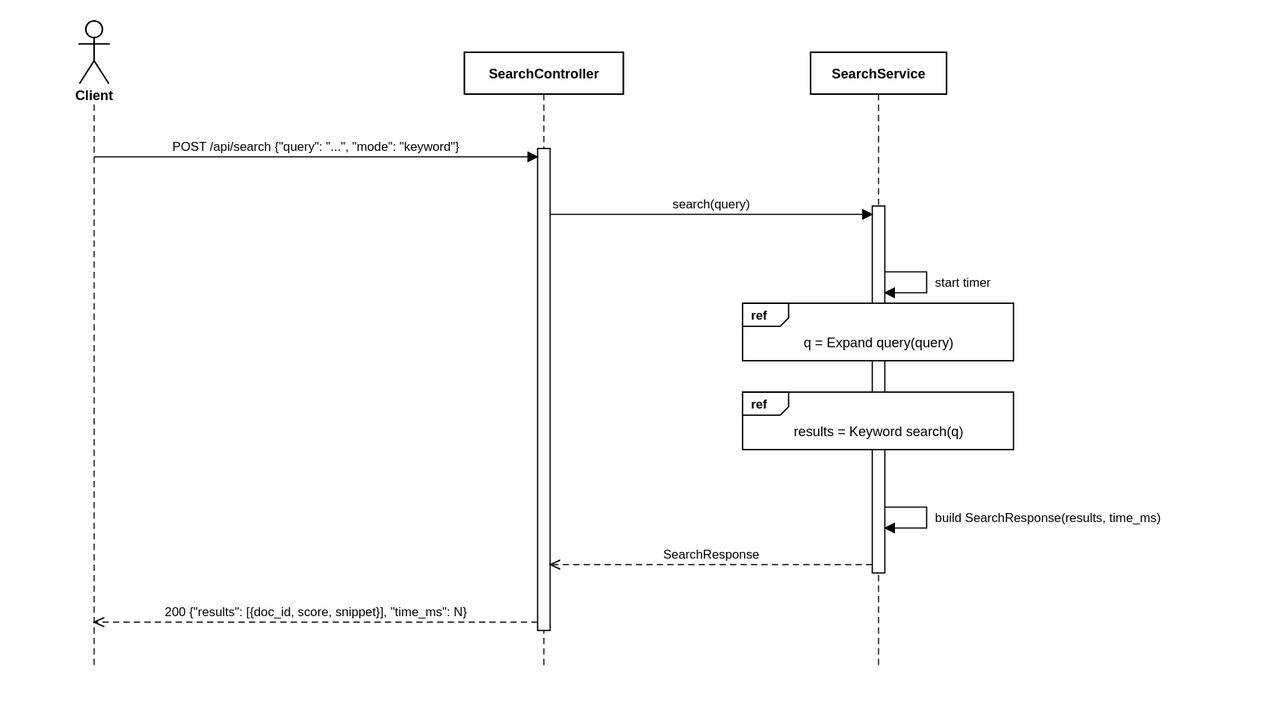
Before: docs/uml/seq-search-rest.drawio.svg, a diagram exported from draw.io (setrios/parallel-inverted-index-search-llm). Source tidied: cells renumbered, new cells last; positions are measured from the earlier drawing's top-left corner, leaving out a move shared by most shapes. Its diagram source:
```xml
<mxGraphModel>
  <root>
    <mxCell id="0" />
    <mxCell id="1" parent="0" />
    <mxCell id="2" value="Client" style="shape=umlActor;verticalLabelPosition=bottom;verticalAlign=top;html=1;fontStyle=1;" parent="1" vertex="1">
      <mxGeometry width="30" height="60" as="geometry" />
    </mxCell>
    <mxCell id="3" style="endArrow=none;dashed=1;html=1;" parent="1" edge="1">
      <mxGeometry relative="1" as="geometry">
        <mxPoint x="15" y="80" as="sourcePoint" />
        <mxPoint x="15" y="620" as="targetPoint" />
      </mxGeometry>
    </mxCell>
    <mxCell id="4" value="SearchController" style="shape=umlLifeline;perimeter=lifelinePerimeter;whiteSpace=wrap;html=1;size=40;fontStyle=1;" parent="1" vertex="1">
      <mxGeometry x="369" y="30" width="152" height="590" as="geometry" />
    </mxCell>
    <mxCell id="5" value="SearchService" style="shape=umlLifeline;perimeter=lifelinePerimeter;whiteSpace=wrap;html=1;size=40;fontStyle=1;" parent="1" vertex="1">
      <mxGeometry x="700" y="30" width="130" height="590" as="geometry" />
    </mxCell>
    <mxCell id="6" style="html=1;" parent="1" vertex="1">
      <mxGeometry x="439" y="122" width="12" height="461" as="geometry" />
    </mxCell>
    <mxCell id="7" style="html=1;" parent="1" vertex="1">
      <mxGeometry x="759" y="177" width="12" height="351" as="geometry" />
    </mxCell>
    <mxCell id="8" value="ref" style="shape=umlFrame;whiteSpace=wrap;html=1;width=44;height=22;fillColor=#ffffff;fontStyle=1;" parent="1" vertex="1">
      <mxGeometry x="635" y="270" width="259" height="55" as="geometry" />
    </mxCell>
    <mxCell id="9" value="q = Expand query(query)" style="text;html=1;align=center;verticalAlign=middle;" parent="1" vertex="1">
      <mxGeometry x="635" y="296" width="259" height="24" as="geometry" />
    </mxCell>
    <mxCell id="10" value="ref" style="shape=umlFrame;whiteSpace=wrap;html=1;width=44;height=22;fillColor=#ffffff;fontStyle=1;" parent="1" vertex="1">
      <mxGeometry x="635" y="355" width="259" height="55" as="geometry" />
    </mxCell>
    <mxCell id="11" value="results = Keyword search(q)" style="text;html=1;align=center;verticalAlign=middle;" parent="1" vertex="1">
      <mxGeometry x="635" y="381" width="259" height="24" as="geometry" />
    </mxCell>
    <mxCell id="12" value="POST /api/search {&quot;query&quot;: &quot;...&quot;, &quot;mode&quot;: &quot;keyword&quot;}" style="html=1;verticalAlign=bottom;endArrow=block;endFill=1;edgeStyle=none;" parent="1" edge="1">
      <mxGeometry relative="1" as="geometry">
        <mxPoint x="15" y="130" as="sourcePoint" />
        <mxPoint x="439" y="130" as="targetPoint" />
      </mxGeometry>
    </mxCell>
    <mxCell id="13" value="search(query)" style="html=1;verticalAlign=bottom;endArrow=block;endFill=1;edgeStyle=none;" parent="1" edge="1">
      <mxGeometry relative="1" as="geometry">
        <mxPoint x="451" y="185" as="sourcePoint" />
        <mxPoint x="759" y="185" as="targetPoint" />
      </mxGeometry>
    </mxCell>
    <mxCell id="14" style="html=1;endArrow=block;endFill=1;edgeStyle=none;" parent="1" edge="1">
      <mxGeometry relative="1" as="geometry">
        <mxPoint x="771" y="240" as="sourcePoint" />
        <mxPoint x="771" y="260" as="targetPoint" />
        <Array as="points">
          <mxPoint x="811" y="240" />
          <mxPoint x="811" y="260" />
        </Array>
      </mxGeometry>
    </mxCell>
    <mxCell id="15" value="start timer" style="text;html=1;align=left;verticalAlign=middle;" parent="1" vertex="1">
      <mxGeometry x="817" y="241" width="320" height="18" as="geometry" />
    </mxCell>
    <mxCell id="16" style="html=1;endArrow=block;endFill=1;edgeStyle=none;" parent="1" edge="1">
      <mxGeometry relative="1" as="geometry">
        <mxPoint x="771" y="465" as="sourcePoint" />
        <mxPoint x="771" y="485" as="targetPoint" />
        <Array as="points">
          <mxPoint x="811" y="465" />
          <mxPoint x="811" y="485" />
        </Array>
      </mxGeometry>
    </mxCell>
    <mxCell id="17" value="build SearchResponse(results, time_ms)" style="text;html=1;align=left;verticalAlign=middle;" parent="1" vertex="1">
      <mxGeometry x="817" y="466" width="320" height="18" as="geometry" />
    </mxCell>
    <mxCell id="18" value="SearchResponse" style="html=1;verticalAlign=bottom;endArrow=open;endFill=0;dashed=1;edgeStyle=none;" parent="1" edge="1">
      <mxGeometry relative="1" as="geometry">
        <mxPoint x="759" y="520" as="sourcePoint" />
        <mxPoint x="451" y="520" as="targetPoint" />
      </mxGeometry>
    </mxCell>
    <mxCell id="19" value="200 {&quot;results&quot;: [{doc_id, score, snippet}], &quot;time_ms&quot;: N}" style="html=1;verticalAlign=bottom;endArrow=open;endFill=0;dashed=1;edgeStyle=none;" parent="1" edge="1">
      <mxGeometry relative="1" as="geometry">
        <mxPoint x="439" y="575" as="sourcePoint" />
        <mxPoint x="15" y="575" as="targetPoint" />
      </mxGeometry>
    </mxCell>
  </root>
</mxGraphModel>
```
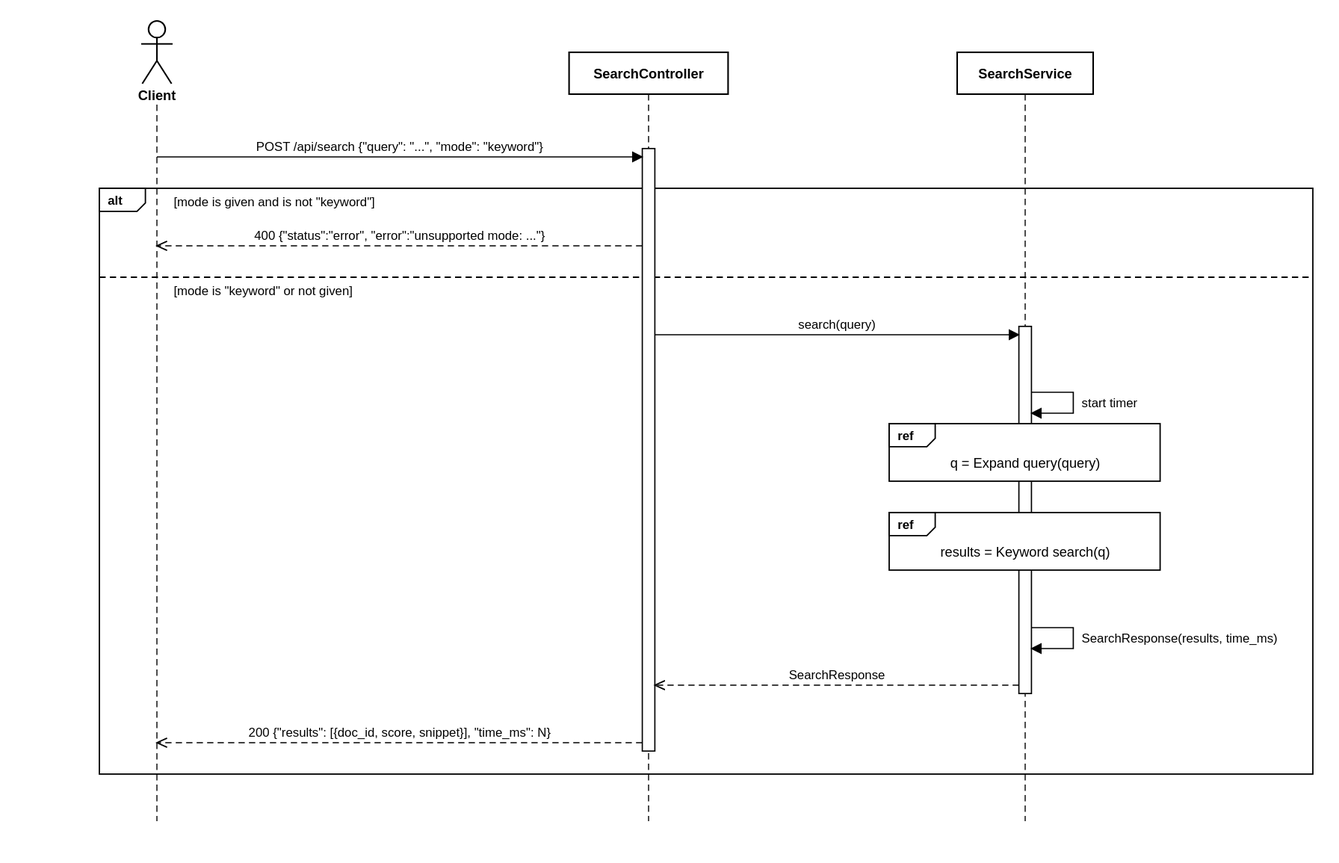
The same file after the commit.

What changed in the source:
```diff
@@ -3,22 +3,37 @@
     <mxCell id="0" />
     <mxCell id="1" parent="0" />
     <mxCell id="2" value="Client" style="shape=umlActor;verticalLabelPosition=bottom;verticalAlign=top;html=1;fontStyle=1;" parent="1" vertex="1">
-      <mxGeometry width="30" height="60" as="geometry" />
+      <mxGeometry x="-80" y="-115" width="30" height="60" as="geometry" />
     </mxCell>
     <mxCell id="3" style="endArrow=none;dashed=1;html=1;" parent="1" edge="1">
       <mxGeometry relative="1" as="geometry">
-        <mxPoint x="15" y="80" as="sourcePoint" />
-        <mxPoint x="15" y="620" as="targetPoint" />
+        <mxPoint x="-65" y="-35" as="sourcePoint" />
+        <mxPoint x="-65" y="650" as="targetPoint" />
       </mxGeometry>
     </mxCell>
     <mxCell id="4" value="SearchController" style="shape=umlLifeline;perimeter=lifelinePerimeter;whiteSpace=wrap;html=1;size=40;fontStyle=1;" parent="1" vertex="1">
-      <mxGeometry x="369" y="30" width="152" height="590" as="geometry" />
+      <mxGeometry x="329" y="-85" width="152" height="735" as="geometry" />
     </mxCell>
     <mxCell id="5" value="SearchService" style="shape=umlLifeline;perimeter=lifelinePerimeter;whiteSpace=wrap;html=1;size=40;fontStyle=1;" parent="1" vertex="1">
-      <mxGeometry x="700" y="30" width="130" height="590" as="geometry" />
+      <mxGeometry x="700" y="-85" width="130" height="735" as="geometry" />
     </mxCell>
+    <mxCell id="20" value="alt" style="shape=umlFrame;whiteSpace=wrap;html=1;width=44;height=22;fillColor=none;fontStyle=1;" parent="1" vertex="1">
+      <mxGeometry x="-120" y="45" width="1160" height="560" as="geometry" />
+    </mxCell>
+    <mxCell id="21" value="[mode is given and is not &quot;keyword&quot;]" style="text;html=1;align=left;verticalAlign=middle;" parent="1" vertex="1">
+      <mxGeometry x="-49" y="49" width="260" height="18" as="geometry" />
+    </mxCell>
+    <mxCell id="22" value="[mode is &quot;keyword&quot; or not given]" style="text;html=1;align=left;verticalAlign=middle;" parent="1" vertex="1">
+      <mxGeometry x="-49" y="134" width="260" height="18" as="geometry" />
+    </mxCell>
+    <mxCell id="23" style="endArrow=none;dashed=1;html=1;" parent="1" edge="1">
+      <mxGeometry relative="1" as="geometry">
+        <mxPoint x="-120" y="130" as="sourcePoint" />
+        <mxPoint x="1040" y="130" as="targetPoint" />
+      </mxGeometry>
+    </mxCell>
     <mxCell id="6" style="html=1;" parent="1" vertex="1">
-      <mxGeometry x="439" y="122" width="12" height="461" as="geometry" />
+      <mxGeometry x="399" y="7" width="12" height="576" as="geometry" />
     </mxCell>
     <mxCell id="7" style="html=1;" parent="1" vertex="1">
       <mxGeometry x="759" y="177" width="12" height="351" as="geometry" />
@@ -37,13 +52,19 @@
     </mxCell>
     <mxCell id="12" value="POST /api/search {&quot;query&quot;: &quot;...&quot;, &quot;mode&quot;: &quot;keyword&quot;}" style="html=1;verticalAlign=bottom;endArrow=block;endFill=1;edgeStyle=none;" parent="1" edge="1">
       <mxGeometry relative="1" as="geometry">
-        <mxPoint x="15" y="130" as="sourcePoint" />
-        <mxPoint x="439" y="130" as="targetPoint" />
+        <mxPoint x="-65" y="15" as="sourcePoint" />
+        <mxPoint x="399" y="15" as="targetPoint" />
       </mxGeometry>
     </mxCell>
+    <mxCell id="24" value="400 {&quot;status&quot;:&quot;error&quot;, &quot;error&quot;:&quot;unsupported mode: ...&quot;}" style="html=1;verticalAlign=bottom;endArrow=open;endFill=0;dashed=1;edgeStyle=none;" parent="1" edge="1">
+      <mxGeometry relative="1" as="geometry">
+        <mxPoint x="399" y="100" as="sourcePoint" />
+        <mxPoint x="-65" y="100" as="targetPoint" />
+      </mxGeometry>
+    </mxCell>
     <mxCell id="13" value="search(query)" style="html=1;verticalAlign=bottom;endArrow=block;endFill=1;edgeStyle=none;" parent="1" edge="1">
       <mxGeometry relative="1" as="geometry">
-        <mxPoint x="451" y="185" as="sourcePoint" />
+        <mxPoint x="411" y="185" as="sourcePoint" />
         <mxPoint x="759" y="185" as="targetPoint" />
       </mxGeometry>
     </mxCell>
@@ -70,19 +91,19 @@
         </Array>
       </mxGeometry>
     </mxCell>
-    <mxCell id="17" value="build SearchResponse(results, time_ms)" style="text;html=1;align=left;verticalAlign=middle;" parent="1" vertex="1">
+    <mxCell id="17" value="SearchResponse(results, time_ms)" style="text;html=1;align=left;verticalAlign=middle;" parent="1" vertex="1">
       <mxGeometry x="817" y="466" width="320" height="18" as="geometry" />
     </mxCell>
     <mxCell id="18" value="SearchResponse" style="html=1;verticalAlign=bottom;endArrow=open;endFill=0;dashed=1;edgeStyle=none;" parent="1" edge="1">
       <mxGeometry relative="1" as="geometry">
         <mxPoint x="759" y="520" as="sourcePoint" />
-        <mxPoint x="451" y="520" as="targetPoint" />
+        <mxPoint x="411" y="520" as="targetPoint" />
       </mxGeometry>
     </mxCell>
     <mxCell id="19" value="200 {&quot;results&quot;: [{doc_id, score, snippet}], &quot;time_ms&quot;: N}" style="html=1;verticalAlign=bottom;endArrow=open;endFill=0;dashed=1;edgeStyle=none;" parent="1" edge="1">
       <mxGeometry relative="1" as="geometry">
-        <mxPoint x="439" y="575" as="sourcePoint" />
-        <mxPoint x="15" y="575" as="targetPoint" />
+        <mxPoint x="399" y="575" as="sourcePoint" />
+        <mxPoint x="-65" y="575" as="targetPoint" />
       </mxGeometry>
     </mxCell>
   </root>
```
